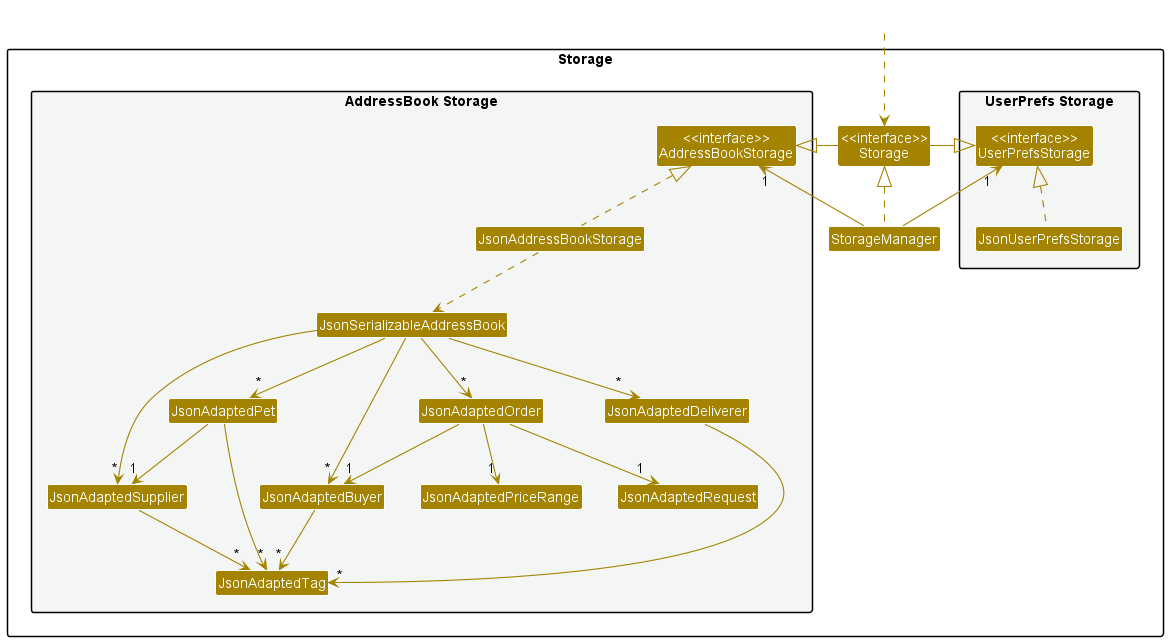
Before: docs/images/StorageClassDiagram.png, a diagram exported from PlantUML (nus-cs2103-AY2223S1/tp).
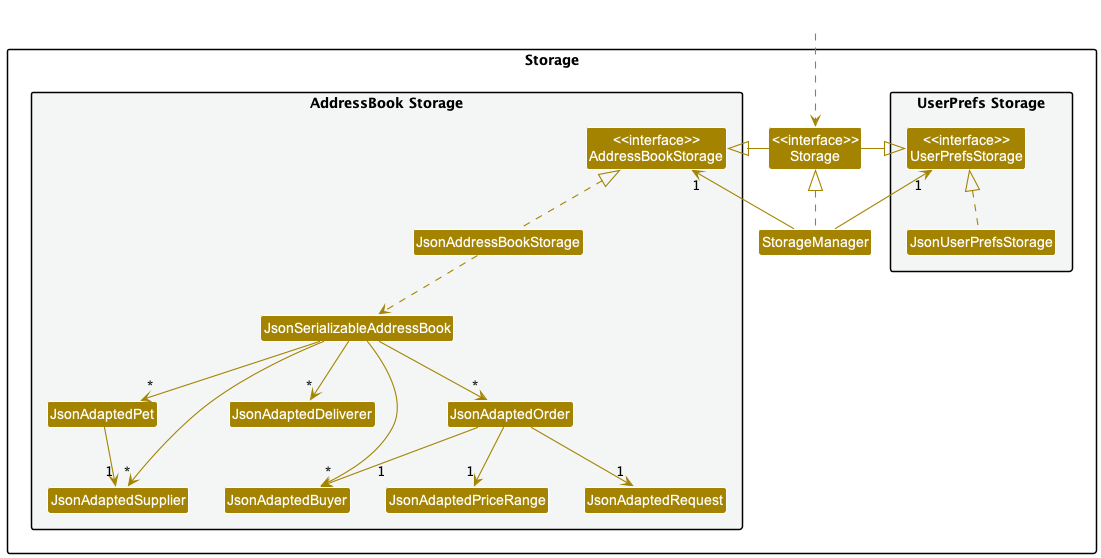
After the commit.

Change to the diagram source:
```diff
@@ -23,15 +23,12 @@
 Class JsonAdaptedDeliverer
 Class JsonAdaptedOrder
 Class JsonAdaptedPet
-Class JsonAdaptedTag
 Class JsonAdaptedPriceRange
 Class JsonAdaptedRequest
 }
 
 
 }
-
-
 
 Class HiddenOutside #FFFFFF
 HiddenOutside ..> Storage
@@ -51,12 +48,8 @@
 JsonSerializableAddressBook --> "*" JsonAdaptedDeliverer
 JsonSerializableAddressBook --> "*" JsonAdaptedPet
 JsonSerializableAddressBook --> "*" JsonAdaptedOrder
-JsonAdaptedBuyer --> "*" JsonAdaptedTag
-JsonAdaptedSupplier --> "*" JsonAdaptedTag
-JsonAdaptedDeliverer --> "*" JsonAdaptedTag
-JsonAdaptedPet --> "*" JsonAdaptedTag
 JsonAdaptedPet --> "1" JsonAdaptedSupplier
-JsonAdaptedOrder --> "1" JsonAdaptedBuyer
+JsonAdaptedOrder --> "         1" JsonAdaptedBuyer
 JsonAdaptedOrder --> "1" JsonAdaptedPriceRange
 JsonAdaptedOrder --> "1" JsonAdaptedRequest
 
```
